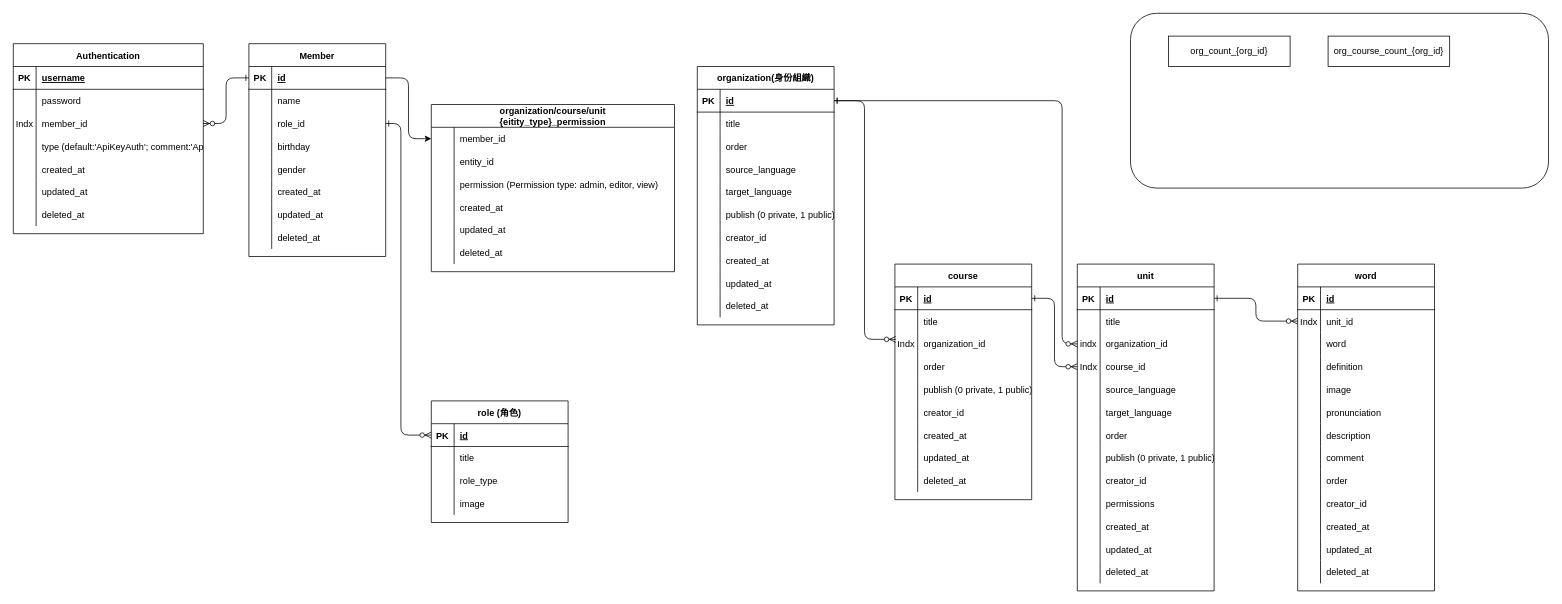
This is ERD.drawio from adon988/go_api_example, a draw.io file, before an edit. Source tidied: cells renumbered, new cells numbered last; positions are measured from the earlier drawing's top-left corner, leaving out a move shared by most shapes. Both pictures are drawn from the tidied source at 76%, with x=0, y=0 at pixel (13, 13).
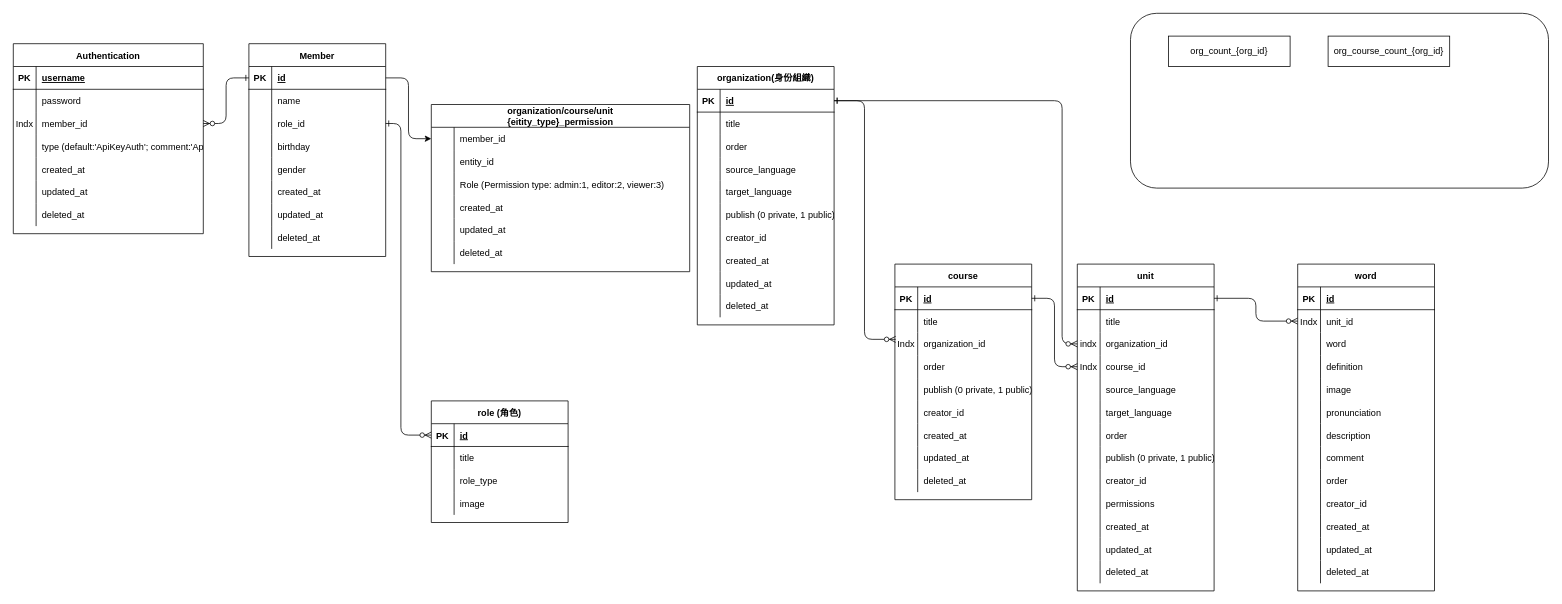
The same page after the edit.

Commit message (it also covers changes not shown here):
refact: ajust the permission role to int32

The edit, as a diff of the source:
```diff
@@
     <mxCell id="210" value="organization/course/unit&#10;{eitity_type}_permission" style="shape=table;startSize=30;childLayout=tableLayout;rowLines=0;fontStyle=1;align=center;" parent="1" vertex="1">
-      <mxGeometry x="550" y="120" width="320" height="220" as="geometry" />
+      <mxGeometry x="550" y="120" width="340" height="220" as="geometry" />
     </mxCell>
     <mxCell id="211" style="shape=partialRectangle;fillColor=none;top=0;left=0;bottom=0;right=0;points=[[0,0.5],[1,0.5]];portConstraint=eastwest;" parent="210" vertex="1">
-      <mxGeometry y="30" width="320" height="30" as="geometry" />
+      <mxGeometry y="30" width="340" height="30" as="geometry" />
     </mxCell>
@@
     <mxCell id="213" value="member_id" style="shape=partialRectangle;fillColor=none;top=0;left=0;bottom=0;right=0;align=left;spacingLeft=6;overflow=hidden;" parent="211" vertex="1">
-      <mxGeometry x="30" width="290" height="30" as="geometry" />
+      <mxGeometry x="30" width="310" height="30" as="geometry" />
     </mxCell>
     <mxCell id="214" style="shape=partialRectangle;fillColor=none;top=0;left=0;bottom=0;right=0;" parent="210" vertex="1">
-      <mxGeometry y="60" width="320" height="30" as="geometry" />
+      <mxGeometry y="60" width="340" height="30" as="geometry" />
     </mxCell>
@@
     <mxCell id="216" value="entity_id" style="shape=partialRectangle;fillColor=none;top=0;left=0;bottom=0;right=0;align=left;spacingLeft=6;overflow=hidden;" parent="214" vertex="1">
-      <mxGeometry x="30" width="290" height="30" as="geometry" />
+      <mxGeometry x="30" width="310" height="30" as="geometry" />
     </mxCell>
     <mxCell id="217" style="shape=partialRectangle;fillColor=none;top=0;left=0;bottom=0;right=0;" parent="210" vertex="1">
-      <mxGeometry y="90" width="320" height="30" as="geometry" />
+      <mxGeometry y="90" width="340" height="30" as="geometry" />
     </mxCell>
@@
-    <mxCell id="219" value="permission (Permission type: admin, editor, view)" style="shape=partialRectangle;fillColor=none;top=0;left=0;bottom=0;right=0;align=left;spacingLeft=6;overflow=hidden;" parent="217" vertex="1">
-      <mxGeometry x="30" width="290" height="30" as="geometry" />
+    <mxCell id="219" value="Role (Permission type: admin:1, editor:2, viewer:3)" style="shape=partialRectangle;fillColor=none;top=0;left=0;bottom=0;right=0;align=left;spacingLeft=6;overflow=hidden;" parent="217" vertex="1">
+      <mxGeometry x="30" width="310" height="30" as="geometry" />
     </mxCell>
     <mxCell id="220" style="shape=partialRectangle;fillColor=none;top=0;left=0;bottom=0;right=0;" parent="210" vertex="1">
-      <mxGeometry y="120" width="320" height="30" as="geometry" />
+      <mxGeometry y="120" width="340" height="30" as="geometry" />
     </mxCell>
@@
     <mxCell id="222" value="created_at" style="shape=partialRectangle;fillColor=none;top=0;left=0;bottom=0;right=0;align=left;spacingLeft=6;overflow=hidden;" parent="220" vertex="1">
-      <mxGeometry x="30" width="290" height="30" as="geometry" />
+      <mxGeometry x="30" width="310" height="30" as="geometry" />
     </mxCell>
     <mxCell id="223" style="shape=partialRectangle;fillColor=none;top=0;left=0;bottom=0;right=0;" parent="210" vertex="1">
-      <mxGeometry y="150" width="320" height="30" as="geometry" />
+      <mxGeometry y="150" width="340" height="30" as="geometry" />
     </mxCell>
@@
     <mxCell id="225" value="updated_at" style="shape=partialRectangle;fillColor=none;top=0;left=0;bottom=0;right=0;align=left;spacingLeft=6;overflow=hidden;" parent="223" vertex="1">
-      <mxGeometry x="30" width="290" height="30" as="geometry" />
+      <mxGeometry x="30" width="310" height="30" as="geometry" />
     </mxCell>
     <mxCell id="226" style="shape=partialRectangle;fillColor=none;top=0;left=0;bottom=0;right=0;" parent="210" vertex="1">
-      <mxGeometry y="180" width="320" height="30" as="geometry" />
+      <mxGeometry y="180" width="340" height="30" as="geometry" />
     </mxCell>
@@
     <mxCell id="228" value="deleted_at" style="shape=partialRectangle;fillColor=none;top=0;left=0;bottom=0;right=0;align=left;spacingLeft=6;overflow=hidden;" parent="226" vertex="1">
-      <mxGeometry x="30" width="290" height="30" as="geometry" />
+      <mxGeometry x="30" width="310" height="30" as="geometry" />
     </mxCell>
```
